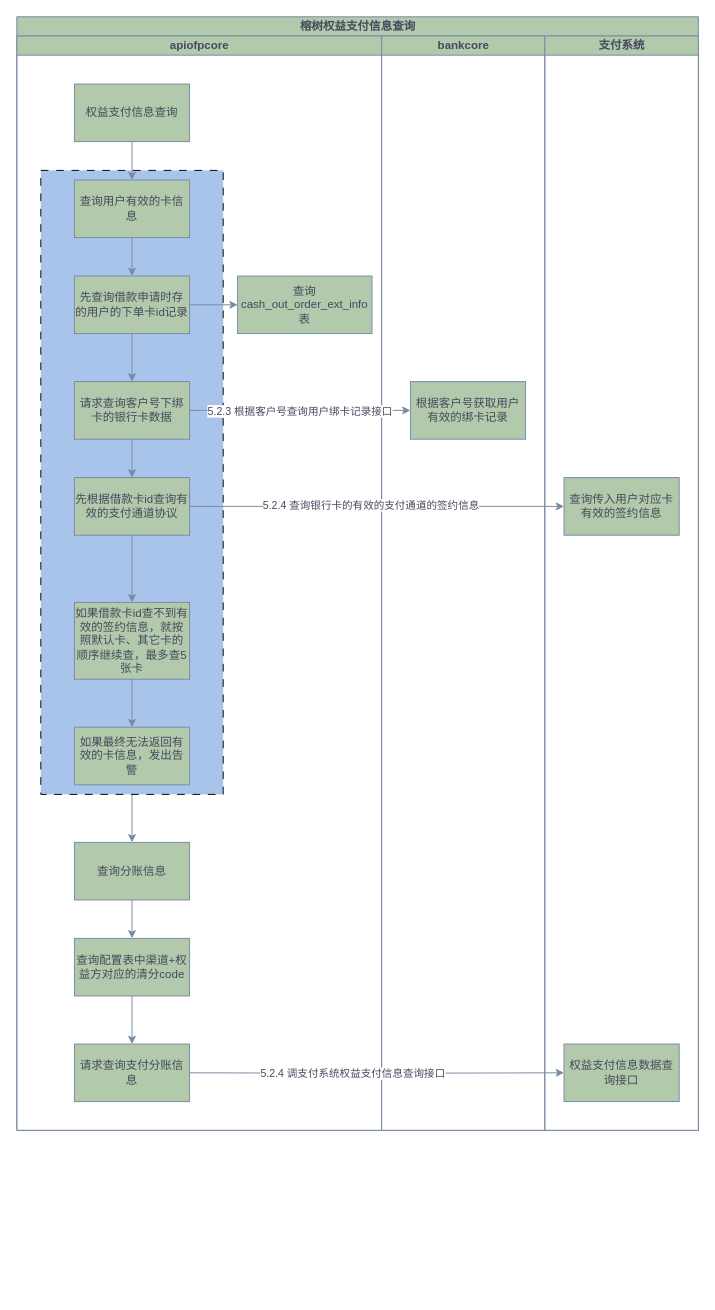
This is 榕树权益支付信息查询.drawio from yuanlj-tea/picgo, a draw.io file, before an edit. Source tidied: cells renumbered, new cells numbered last; positions are measured from the earlier drawing's top-left corner, leaving out a move shared by most shapes. Both pictures are drawn from the tidied source at 96%, with x=0, y=0 at pixel (16, 16).
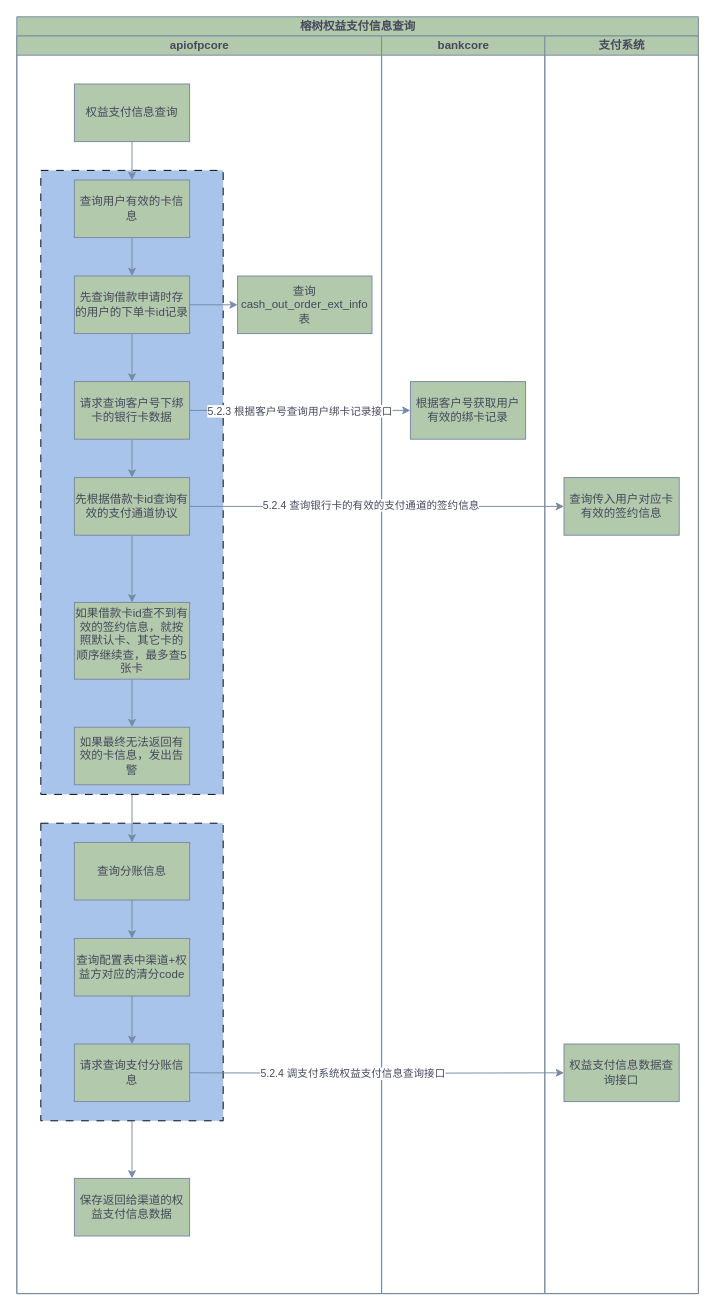
The same diagram, later.

Commit message (it also covers changes not shown here):
更新榕树权益支付信息查询.drawio

Diff of the diagram source:
```diff
@@
     <mxCell id="2" value="榕树权益支付信息查询" style="swimlane;startSize=20;html=1;strokeColor=#788AA3;fontColor=#46495D;fillColor=#B2C9AB;" parent="1" vertex="1">
-      <mxGeometry width="710" height="1160" as="geometry" />
+      <mxGeometry width="710" height="1330" as="geometry" />
     </mxCell>
     <mxCell id="3" value="apiofpcore" style="swimlane;startSize=20;html=1;strokeColor=#788AA3;fontColor=#46495D;fillColor=#B2C9AB;" parent="2" vertex="1">
-      <mxGeometry y="20" width="380" height="1140" as="geometry" />
+      <mxGeometry y="20" width="380" height="1310" as="geometry" />
     </mxCell>
+    <mxCell id="37" style="rounded=0;whiteSpace=wrap;html=1;gradientColor=none;dashed=1;dashPattern=8 8;fillStyle=auto;fillColor=#A9C4EB;" parent="3" vertex="1">
+      <mxGeometry x="25" y="820" width="190" height="310" as="geometry" />
+    </mxCell>
@@
     <mxCell id="26" value="bankcore" style="swimlane;startSize=20;html=1;strokeColor=#788AA3;fontColor=#46495D;fillColor=#B2C9AB;" parent="2" vertex="1">
-      <mxGeometry x="380" y="20" width="170" height="1140" as="geometry" />
+      <mxGeometry x="380" y="20" width="170" height="1310" as="geometry" />
     </mxCell>
@@
     <mxCell id="28" value="支付系统" style="swimlane;startSize=20;html=1;strokeColor=#788AA3;fontColor=#46495D;fillColor=#B2C9AB;" parent="2" vertex="1">
-      <mxGeometry x="550" y="20" width="160" height="1140" as="geometry" />
+      <mxGeometry x="550" y="20" width="160" height="1310" as="geometry" />
     </mxCell>
@@
+    <mxCell id="38" value="保存返回给渠道的权益支付信息数据" style="whiteSpace=wrap;html=1;fillColor=#B2C9AB;strokeColor=#788AA3;fontColor=#46495D;rounded=0;" parent="1" vertex="1">
+      <mxGeometry x="60" y="1210" width="120" height="60" as="geometry" />
+    </mxCell>
+    <mxCell id="39" style="edgeStyle=orthogonalEdgeStyle;rounded=0;jettySize=auto;html=1;strokeColor=#788AA3;fontColor=#46495D;fillColor=#B2C9AB;exitX=0.5;exitY=1;exitDx=0;exitDy=0;" parent="1" edge="1" source="37" target="38">
+      <mxGeometry relative="1" as="geometry" />
+    </mxCell>
```
